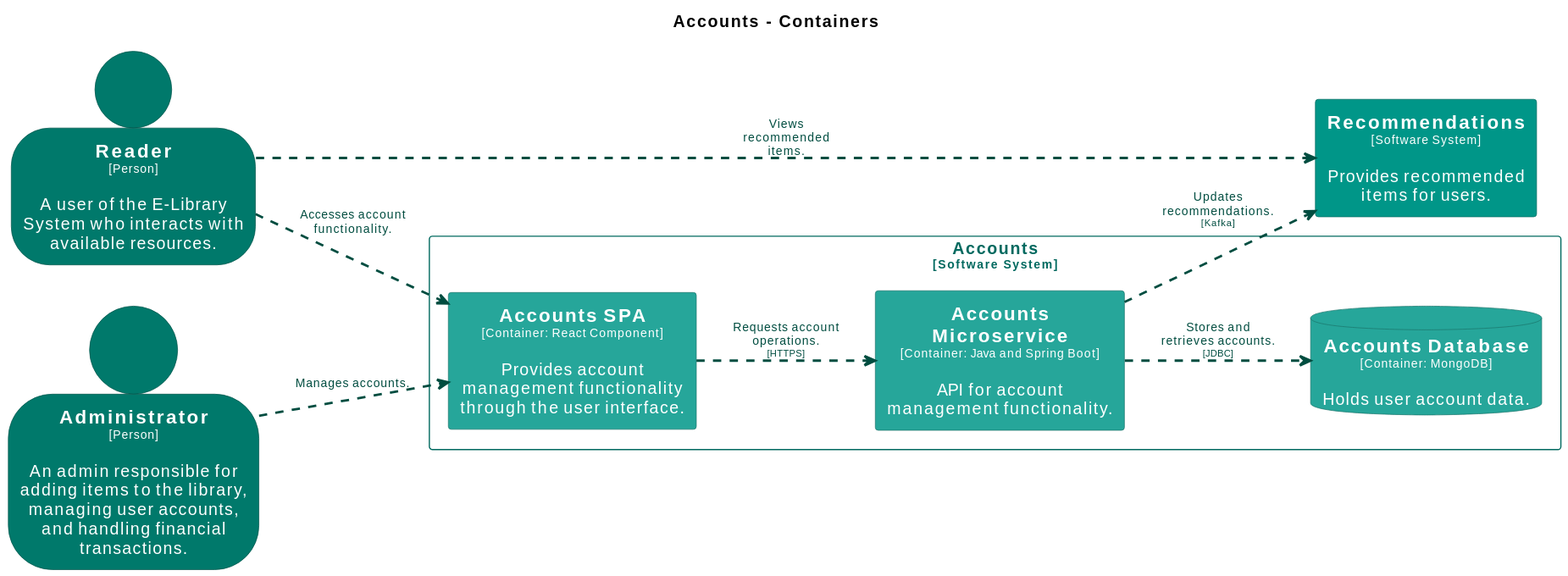
The PlantUML diagram main/svg/Container-001.svg in Goodmorning918/E-Library-Architecture, before a commit. Its source is kept beside it as main/puml/Container-001.puml.
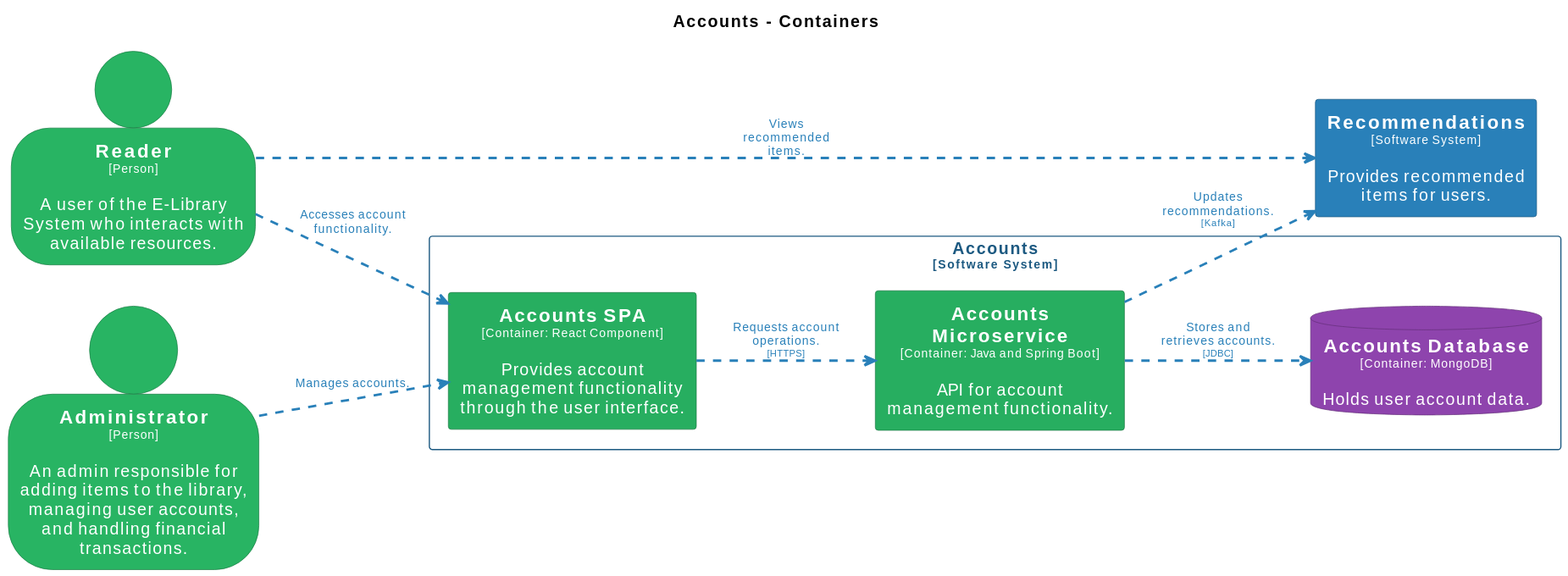
After the commit.

What changed in the source:
```diff
@@ -14,44 +14,44 @@
 hide stereotype
 
 skinparam database<<Accounts.AccountsDatabase>> {
-  BackgroundColor #26a69a
+  BackgroundColor #8e44ad
   FontColor #ffffff
-  BorderColor #1a746b
+  BorderColor #632f79
   shadowing false
 }
 skinparam rectangle<<Accounts.AccountsMicroservice>> {
-  BackgroundColor #26a69a
+  BackgroundColor #27ae60
   FontColor #ffffff
-  BorderColor #1a746b
+  BorderColor #1b7943
   shadowing false
 }
 skinparam rectangle<<Accounts.AccountsSPA>> {
-  BackgroundColor #26a69a
+  BackgroundColor #27ae60
   FontColor #ffffff
-  BorderColor #1a746b
+  BorderColor #1b7943
   shadowing false
 }
 skinparam person<<Administrator>> {
-  BackgroundColor #00796b
+  BackgroundColor #28b463
   FontColor #ffffff
-  BorderColor #00544a
+  BorderColor #1c7d45
   shadowing false
 }
 skinparam person<<Reader>> {
-  BackgroundColor #00796b
+  BackgroundColor #28b463
   FontColor #ffffff
-  BorderColor #00544a
+  BorderColor #1c7d45
   shadowing false
 }
 skinparam rectangle<<Recommendations>> {
-  BackgroundColor #009688
+  BackgroundColor #2980b9
   FontColor #ffffff
-  BorderColor #00695f
+  BorderColor #1c5981
   shadowing false
 }
 skinparam rectangle<<Accounts>> {
-  BorderColor #00695f
-  FontColor #00695f
+  BorderColor #1c5981
+  FontColor #1c5981
   shadowing false
 }
 
@@ -65,10 +65,10 @@
   database "==Accounts Database\n<size:10>[Container: MongoDB]</size>\n\nHolds user account data." <<Accounts.AccountsDatabase>> as Accounts.AccountsDatabase
 }
 
-Reader .[#004d40,thickness=2].> Recommendations : "<color:#004d40>Views recommended items."
-Reader .[#004d40,thickness=2].> Accounts.AccountsSPA : "<color:#004d40>Accesses account functionality."
-Administrator .[#004d40,thickness=2].> Accounts.AccountsSPA : "<color:#004d40>Manages accounts."
-Accounts.AccountsSPA .[#004d40,thickness=2].> Accounts.AccountsMicroservice : "<color:#004d40>Requests account operations.\n<color:#004d40><size:8>[HTTPS]</size>"
-Accounts.AccountsMicroservice .[#004d40,thickness=2].> Accounts.AccountsDatabase : "<color:#004d40>Stores and retrieves accounts.\n<color:#004d40><size:8>[JDBC]</size>"
-Accounts.AccountsMicroservice .[#004d40,thickness=2].> Recommendations : "<color:#004d40>Updates recommendations.\n<color:#004d40><size:8>[Kafka]</size>"
+Reader .[#2980b9,thickness=2].> Recommendations : "<color:#2980b9>Views recommended items."
+Reader .[#2980b9,thickness=2].> Accounts.AccountsSPA : "<color:#2980b9>Accesses account functionality."
+Administrator .[#2980b9,thickness=2].> Accounts.AccountsSPA : "<color:#2980b9>Manages accounts."
+Accounts.AccountsSPA .[#2980b9,thickness=2].> Accounts.AccountsMicroservice : "<color:#2980b9>Requests account operations.\n<color:#2980b9><size:8>[HTTPS]</size>"
+Accounts.AccountsMicroservice .[#2980b9,thickness=2].> Accounts.AccountsDatabase : "<color:#2980b9>Stores and retrieves accounts.\n<color:#2980b9><size:8>[JDBC]</size>"
+Accounts.AccountsMicroservice .[#2980b9,thickness=2].> Recommendations : "<color:#2980b9>Updates recommendations.\n<color:#2980b9><size:8>[Kafka]</size>"
 @enduml
```
